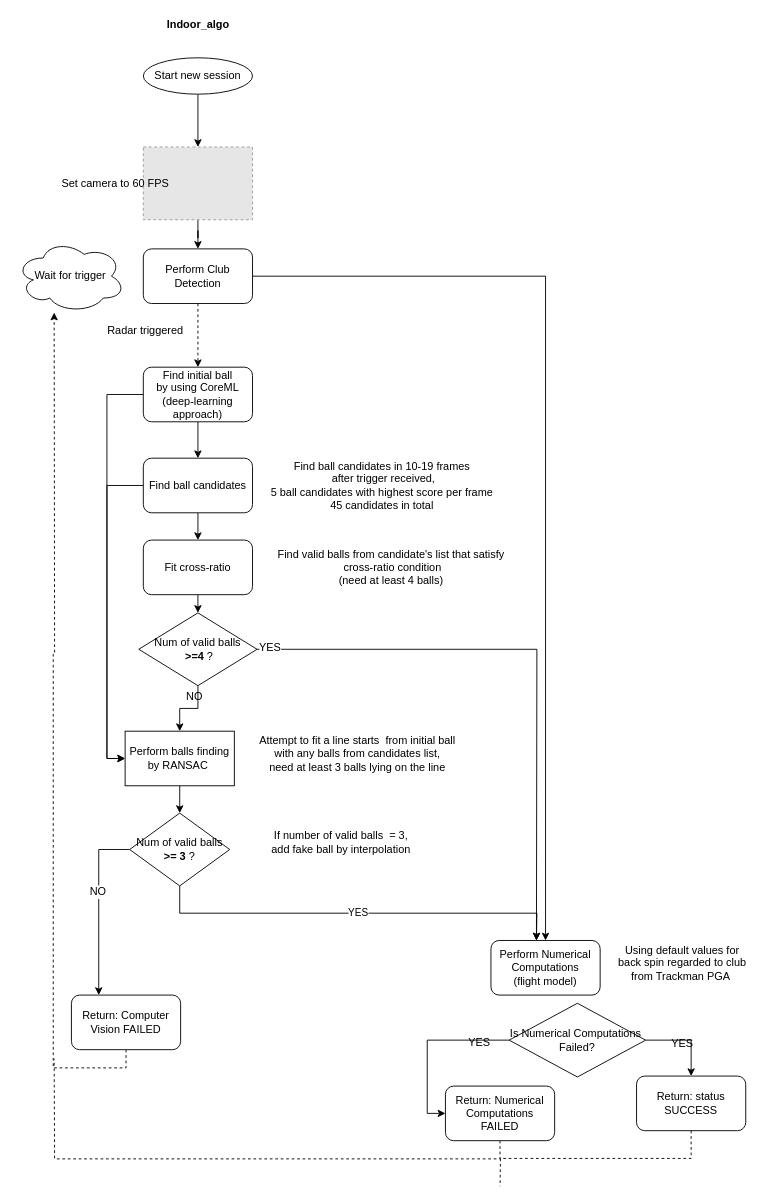
This is mlm_INDOOR.drawio from Mike335207/work, a draw.io file, before an edit. Source tidied: cells renumbered, new cells numbered last; positions are measured from the earlier drawing's top-left corner, leaving out a move shared by most shapes. Both pictures are drawn from the tidied source at 91%, with x=0, y=0 at pixel (15, 15). Pictures stored in the file or linked from it are replaced by grey dashed boxes.
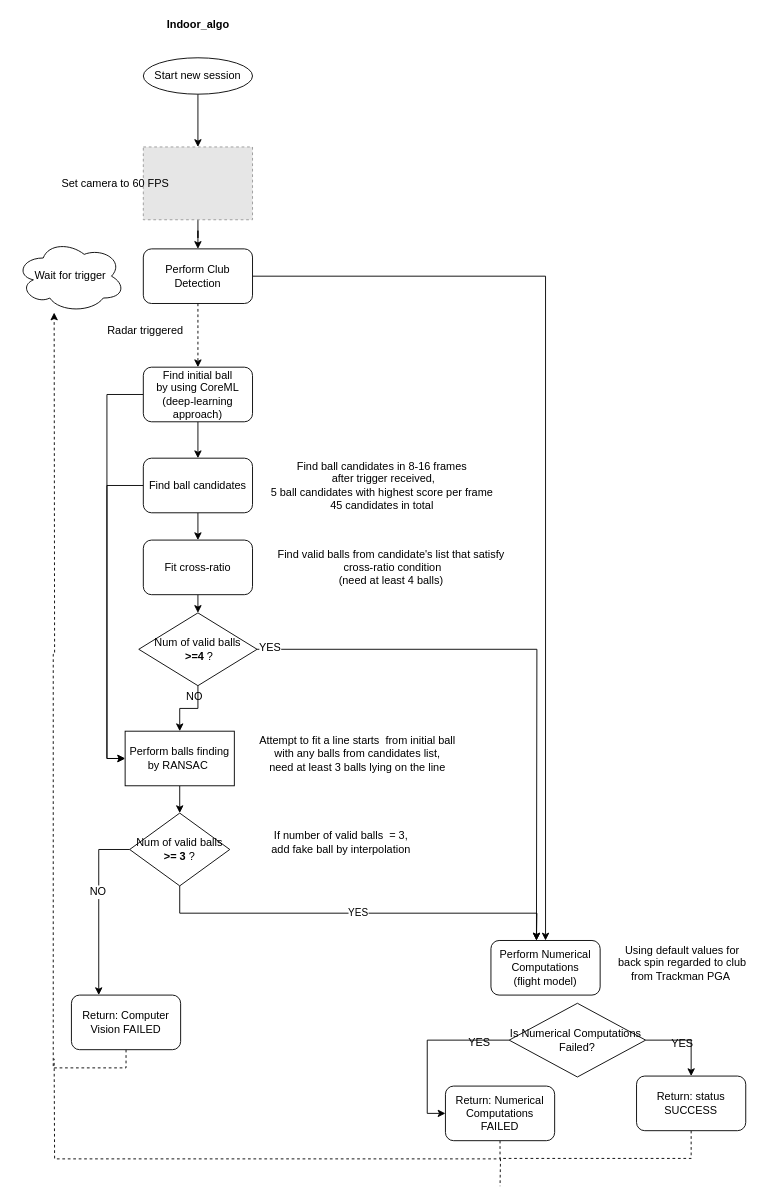
Above is the later version.

Change to the diagram source:
```diff
@@
-    <mxCell id="15" value="Find ball candidates in 10-19 frames&lt;br&gt;&amp;nbsp;after trigger received,&lt;br&gt;5 ball candidates with highest score per frame&lt;br&gt;45 candidates in total" style="text;html=1;align=center;verticalAlign=middle;" parent="1" vertex="1">
+    <mxCell id="15" value="Find ball candidates in 8-16 frames&lt;br&gt;&amp;nbsp;after trigger received,&lt;br&gt;5 ball candidates with highest score per frame&lt;br&gt;45 candidates in total" style="text;html=1;align=center;verticalAlign=middle;" parent="1" vertex="1">
       <mxGeometry x="272" y="486" width="260" height="60" as="geometry" />
     </mxCell>
```
